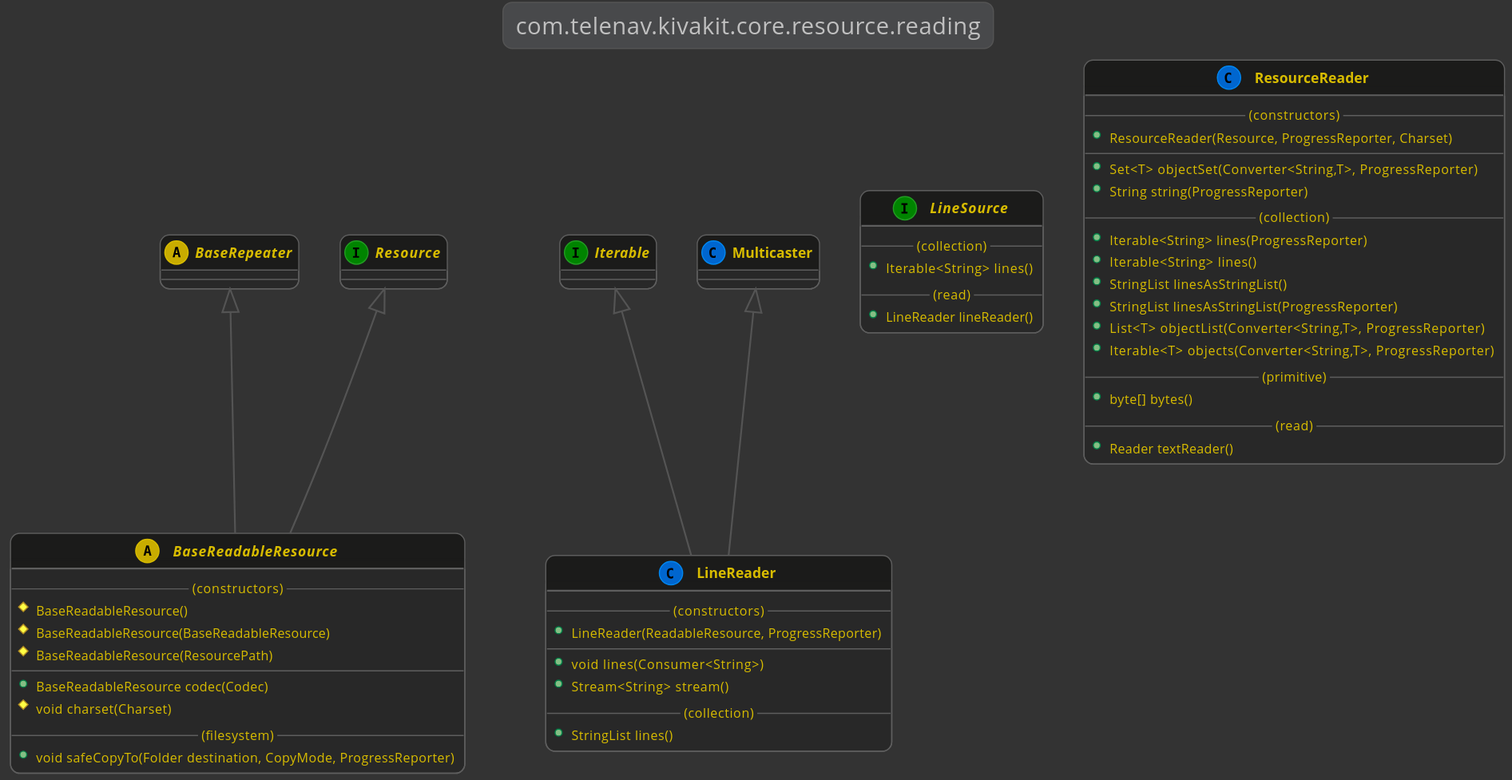
Earlier version of the PlantUML export docs/lexakai/kivakit/kivakit-core/resource/documentation/diagrams/com.telenav.kivakit.core.resource.reading.svg (Telenav/kivakit-assets).
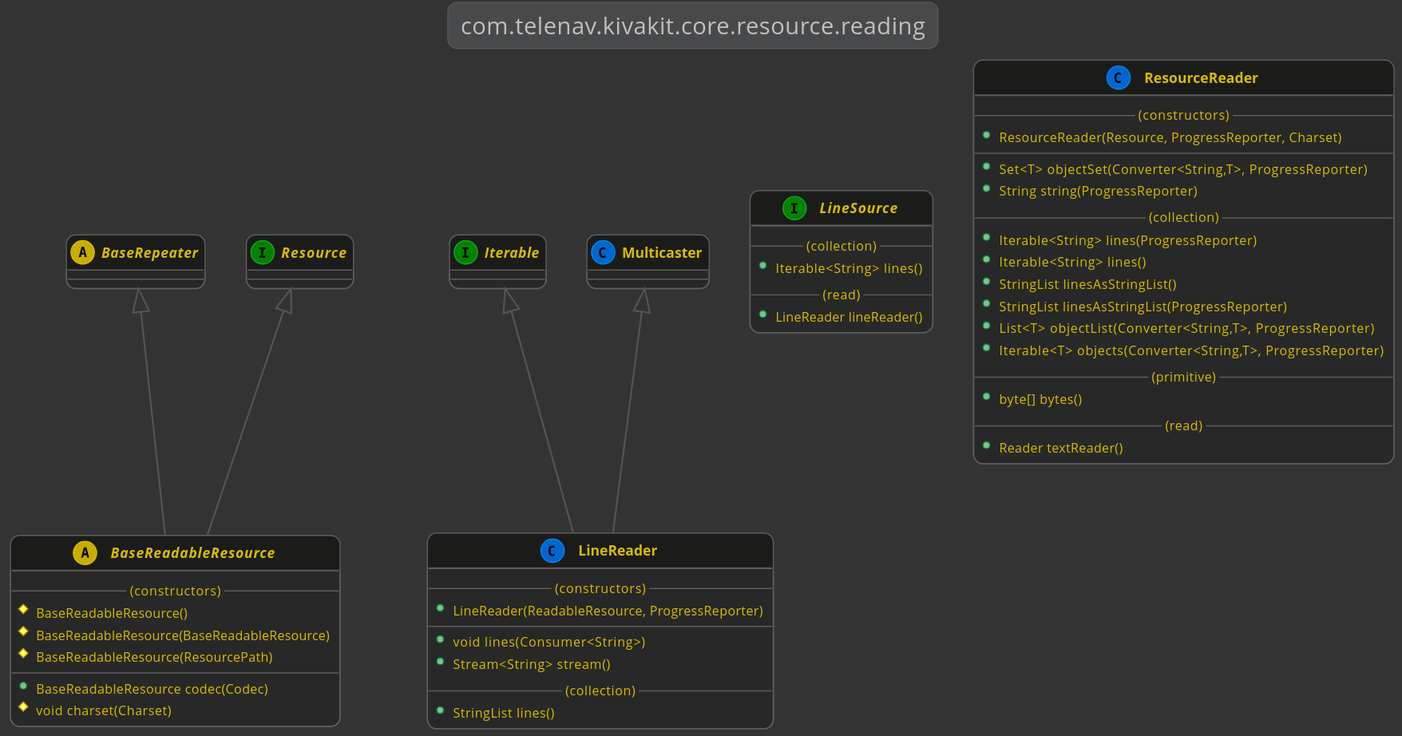
The same file after the commit.

Diff of the diagram source:
```diff
@@ -1,6 +1,6 @@
 @startuml
 
-    !include ../lexakai/lexakai.theme
+    !include lexakai.theme
 
     title "com.telenav.kivakit.core.resource.reading"
 
@@ -20,8 +20,6 @@
         --
         +BaseReadableResource codec(Codec)
         #void charset(Charset)
-        --(filesystem)--
-        +void safeCopyTo(Folder destination, CopyMode, ProgressReporter)
     }
 
     Multicaster <|-- LineReader
```
